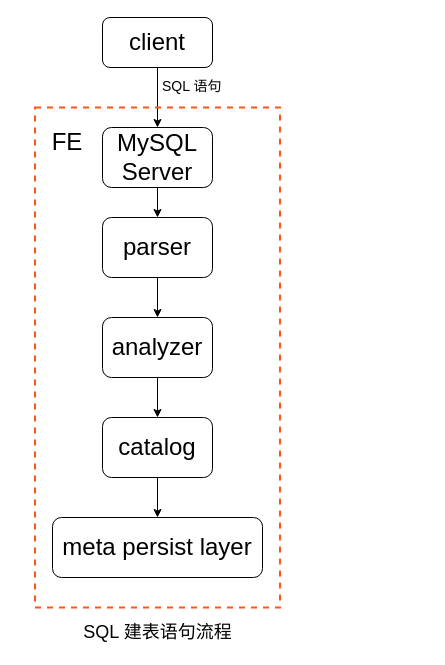
zhangm365/draw_pics keeps this draw.io diagram as db/doris/sql-ddl.drawio. Above is the earlier version. Source tidied: cells renumbered, new cells numbered last; positions are measured from the earlier drawing's top-left corner, leaving out a move shared by most shapes. Both pictures are drawn from the tidied source at 100%, with x=0, y=0 at pixel (17, 17).
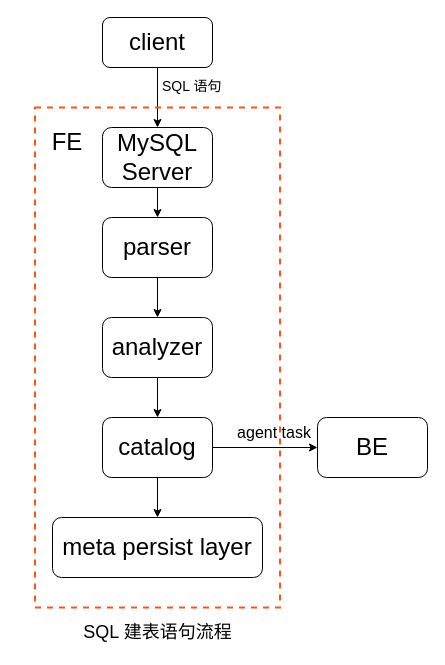
Above is the later version.

The change refers to these unchanged cells:
```xml
<mxCell id="10" value="&lt;font style=&quot;font-size: 24px;&quot; face=&quot;阿里巴巴普惠体&quot;&gt;catalog&lt;/font&gt;" style="rounded=1;whiteSpace=wrap;html=1;fontColor=default;fillColor=none;strokeColor=default;align=center;verticalAlign=middle;fontFamily=Helvetica;fontSize=12;direction=east;" parent="1" vertex="1">
  <mxGeometry x="85" y="400" width="110" height="60" as="geometry" />
</mxCell>
```

The edit, as a diff of the source:
```diff
@@
+    <mxCell id="18" style="edgeStyle=orthogonalEdgeStyle;rounded=0;jettySize=auto;html=1;" parent="1" edge="1" source="10" target="19">
+      <mxGeometry relative="1" as="geometry" />
+    </mxCell>
@@
+    <mxCell id="19" value="&lt;font style=&quot;font-size: 24px;&quot; face=&quot;阿里巴巴普惠体&quot;&gt;BE&lt;/font&gt;" style="rounded=1;whiteSpace=wrap;html=1;fontColor=default;fillColor=none;strokeColor=default;align=center;verticalAlign=middle;fontFamily=Helvetica;fontSize=12;direction=east;" parent="1" vertex="1">
+      <mxGeometry x="300" y="400" width="110" height="60" as="geometry" />
+    </mxCell>
+    <mxCell id="20" value="&lt;font style=&quot;font-size: 16px;&quot;&gt;agent task&lt;/font&gt;" style="text;html=1;align=center;verticalAlign=middle;whiteSpace=wrap;rounded=0;" parent="1" vertex="1">
+      <mxGeometry x="217" y="400" width="80" height="30" as="geometry" />
+    </mxCell>
```
